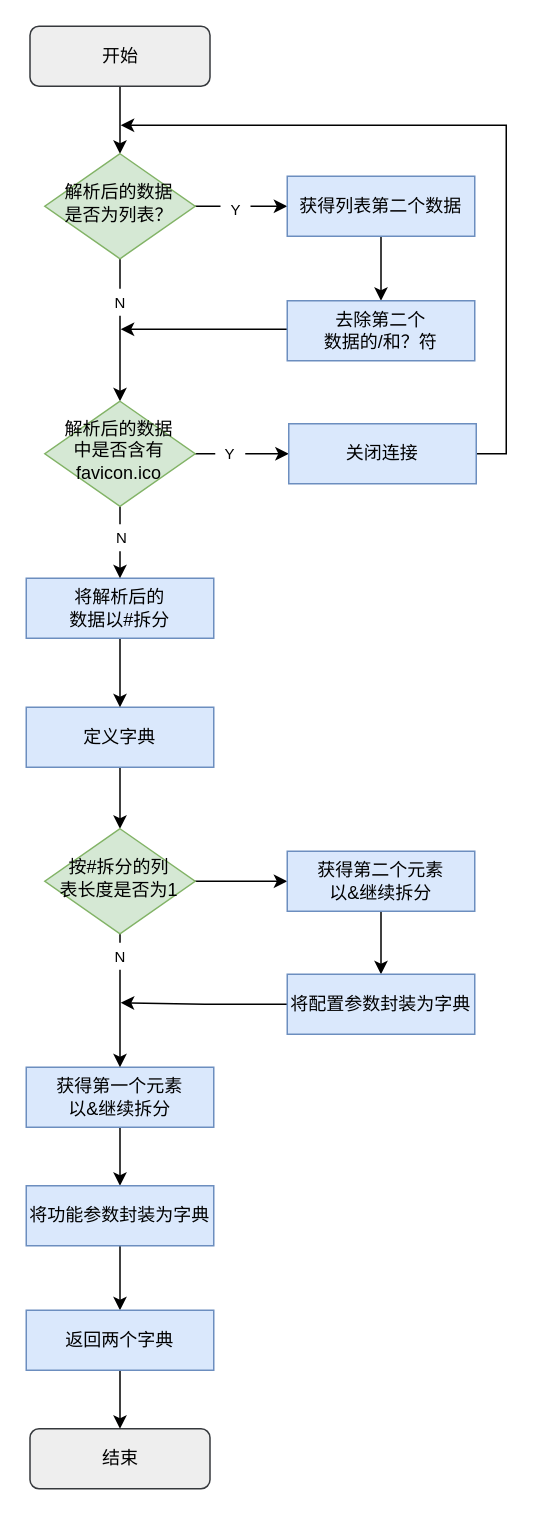
The draw.io diagram 参数封装器.drawio in KAZAMA-DREAM/picture, before the edit. Source tidied: cells renumbered, new cells numbered last; positions are measured from the earlier drawing's top-left corner, leaving out a move shared by most shapes. Both pictures are drawn from the tidied source at 150%, with x=0, y=0 at pixel (26, 26).
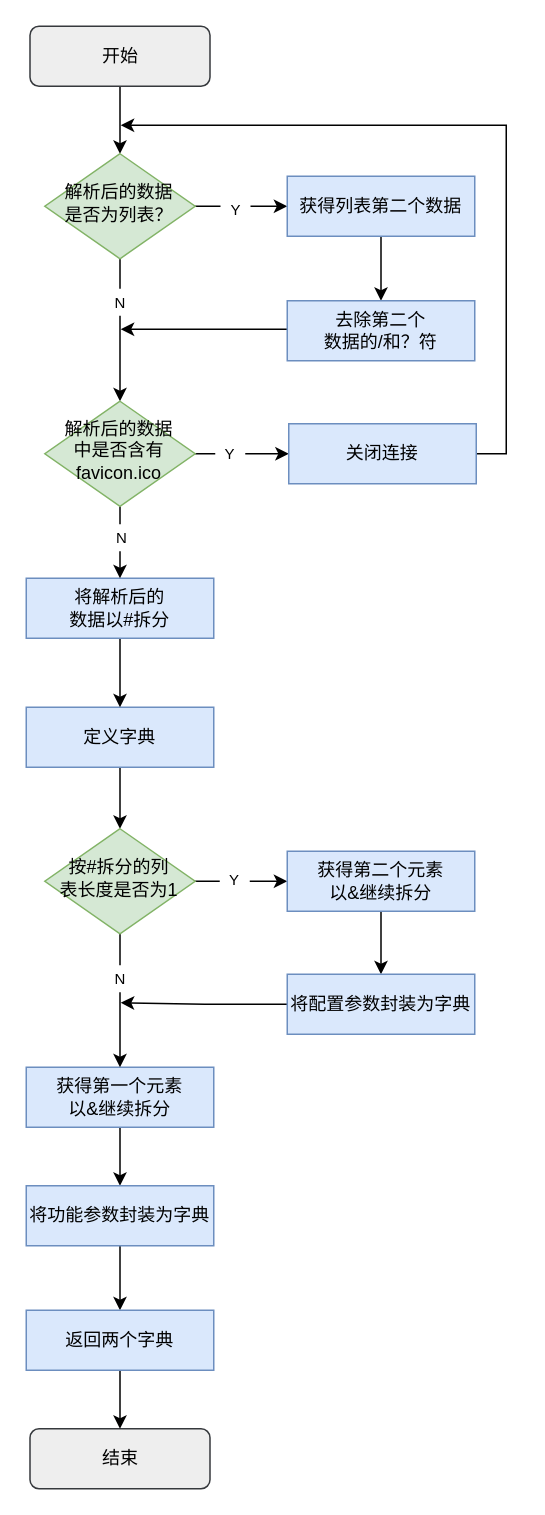
The same page after the edit.

Commit message (it also covers changes not shown here):
更新参数封装器.drawio

What changed in the source:
```diff
@@
     <mxCell id="30" value="&lt;font style=&quot;font-size: 10px;&quot;&gt;N&lt;/font&gt;" style="text;html=1;strokeColor=none;fillColor=default;align=center;verticalAlign=middle;whiteSpace=wrap;rounded=0;" parent="1" vertex="1">
-      <mxGeometry x="53" y="611" width="20" height="18" as="geometry" />
+      <mxGeometry x="53" y="626" width="20" height="18" as="geometry" />
     </mxCell>
@@
+    <mxCell id="39" value="&lt;font style=&quot;font-size: 10px;&quot;&gt;Y&lt;/font&gt;" style="text;html=1;strokeColor=none;fillColor=default;align=center;verticalAlign=middle;whiteSpace=wrap;rounded=0;" parent="1" vertex="1">
+      <mxGeometry x="129" y="560" width="20" height="18" as="geometry" />
+    </mxCell>
```
